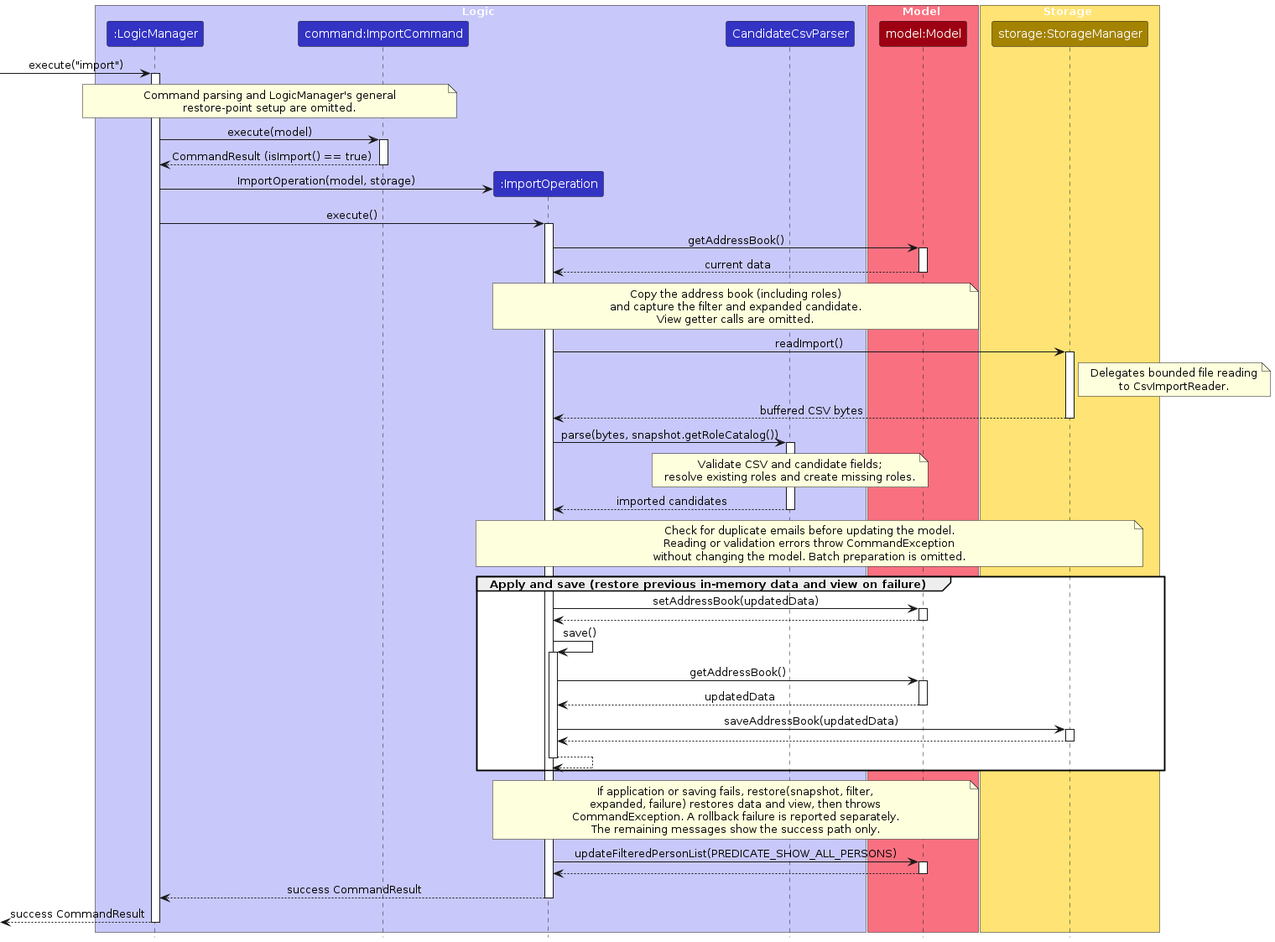
Above: diagrams/ImportSequenceDiagram.png in AY2627S1-CS2103-F10-1/tp (PlantUML), before the change. Its source is kept beside it as diagrams/ImportSequenceDiagram.puml. Its diagram source:
```plantuml
@startuml
!include style.puml
skinparam ArrowFontStyle plain

box Logic LOGIC_COLOR_T1
participant ":LogicManager" as LogicManager LOGIC_COLOR
participant "command:ImportCommand" as ImportCommand LOGIC_COLOR
participant ":ImportOperation" as ImportOperation LOGIC_COLOR
participant "CandidateCsvParser" as CandidateCsvParser LOGIC_COLOR
end box

box Model MODEL_COLOR_T1
participant "model:Model" as Model MODEL_COLOR
end box

box Storage STORAGE_COLOR_T1
participant "storage:StorageManager" as StorageManager STORAGE_COLOR
end box

[-> LogicManager : execute("import")
activate LogicManager
note over LogicManager, ImportCommand
Command parsing and LogicManager's general
restore-point setup are omitted.
end note

LogicManager -> ImportCommand : execute(model)
activate ImportCommand
ImportCommand --> LogicManager : CommandResult (isImport() == true)
deactivate ImportCommand

create ImportOperation
LogicManager -> ImportOperation : ImportOperation(model, storage)
LogicManager -> ImportOperation : execute()
activate ImportOperation

ImportOperation -> Model : getAddressBook()
activate Model
Model --> ImportOperation : current data
deactivate Model
note over ImportOperation, Model
Copy the address book (including roles)
and capture the filter and expanded candidate.
View getter calls are omitted.
end note

ImportOperation -> StorageManager : readImport()
activate StorageManager
note right of StorageManager
Delegates bounded file reading
to CsvImportReader.
end note
StorageManager --> ImportOperation : buffered CSV bytes
deactivate StorageManager

ImportOperation -> CandidateCsvParser : parse(bytes, snapshot.getRoleCatalog())
activate CandidateCsvParser
note over CandidateCsvParser
Validate CSV and candidate fields;
resolve existing roles and create missing roles.
end note
CandidateCsvParser --> ImportOperation : imported candidates
deactivate CandidateCsvParser

note over ImportOperation, StorageManager
Check for duplicate emails before updating the model.
Reading or validation errors throw CommandException
without changing the model. Batch preparation is omitted.
end note

group Apply and save (restore previous in-memory data and view on failure)
ImportOperation -> Model : setAddressBook(updatedData)
activate Model
Model --> ImportOperation
deactivate Model
ImportOperation -> ImportOperation : save()
activate ImportOperation
ImportOperation -> Model : getAddressBook()
activate Model
Model --> ImportOperation : updatedData
deactivate Model
ImportOperation -> StorageManager : saveAddressBook(updatedData)
activate StorageManager
StorageManager --> ImportOperation
deactivate StorageManager
ImportOperation --> ImportOperation
deactivate ImportOperation
end

note over ImportOperation, Model
If application or saving fails, restore(snapshot, filter,
expanded, failure) restores data and view, then throws
CommandException. A rollback failure is reported separately.
The remaining messages show the success path only.
end note

ImportOperation -> Model : updateFilteredPersonList(PREDICATE_SHOW_ALL_PERSONS)
activate Model
Model --> ImportOperation
deactivate Model
ImportOperation --> LogicManager : success CommandResult
deactivate ImportOperation
[<-- LogicManager : success CommandResult
deactivate LogicManager
@enduml
```
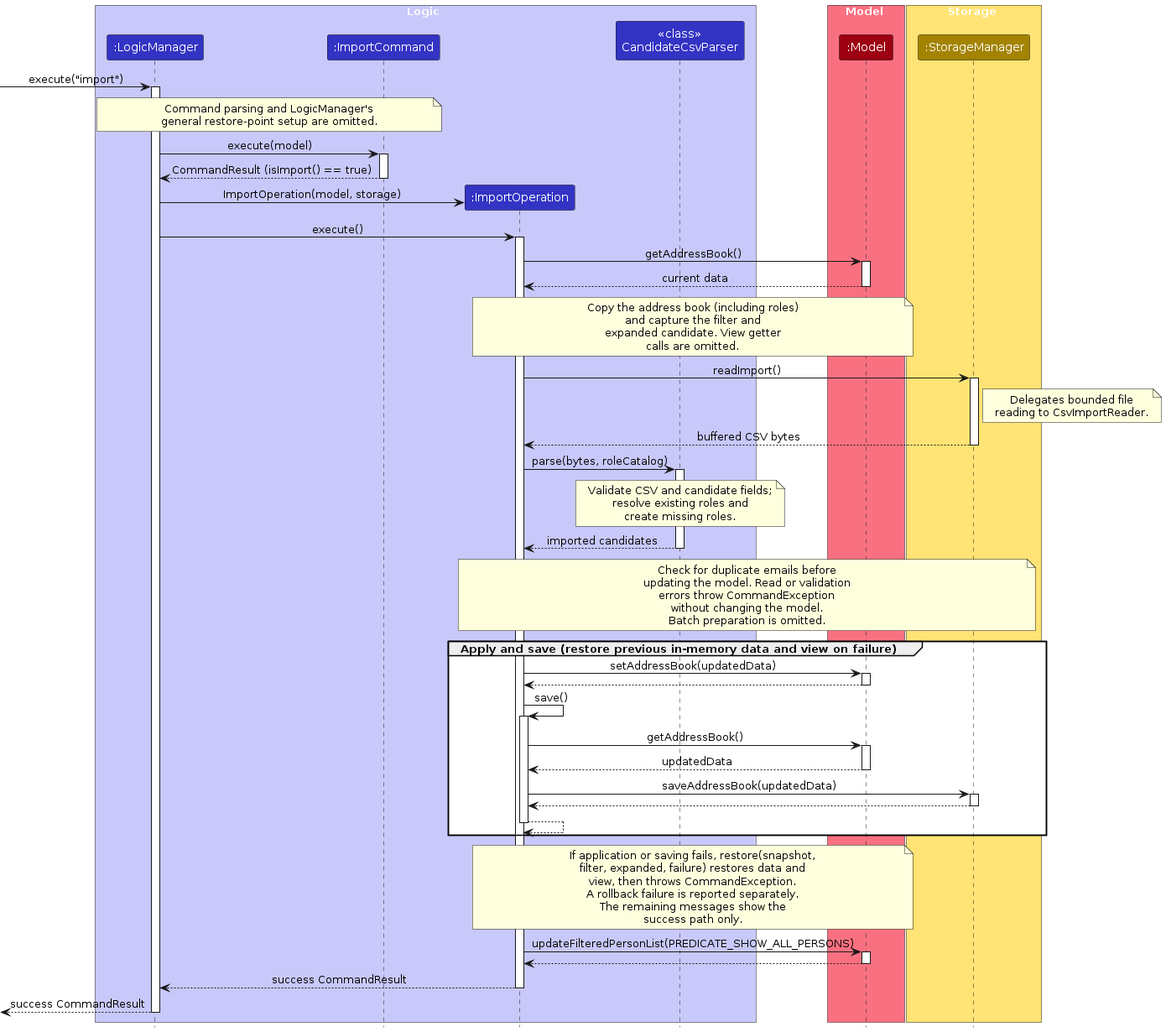
Above is the later version.

The edit, as a diff of the source:
```diff
@@ -4,24 +4,24 @@
 
 box Logic LOGIC_COLOR_T1
 participant ":LogicManager" as LogicManager LOGIC_COLOR
-participant "command:ImportCommand" as ImportCommand LOGIC_COLOR
+participant ":ImportCommand" as ImportCommand LOGIC_COLOR
 participant ":ImportOperation" as ImportOperation LOGIC_COLOR
-participant "CandidateCsvParser" as CandidateCsvParser LOGIC_COLOR
+participant "<<class>>\nCandidateCsvParser" as CandidateCsvParser LOGIC_COLOR
 end box
 
 box Model MODEL_COLOR_T1
-participant "model:Model" as Model MODEL_COLOR
+participant ":Model" as Model MODEL_COLOR
 end box
 
 box Storage STORAGE_COLOR_T1
-participant "storage:StorageManager" as StorageManager STORAGE_COLOR
+participant ":StorageManager" as StorageManager STORAGE_COLOR
 end box
 
 [-> LogicManager : execute("import")
 activate LogicManager
 note over LogicManager, ImportCommand
-Command parsing and LogicManager's general
-restore-point setup are omitted.
+Command parsing and LogicManager's
+general restore-point setup are omitted.
 end note
 
 LogicManager -> ImportCommand : execute(model)
@@ -40,32 +40,36 @@
 deactivate Model
 note over ImportOperation, Model
 Copy the address book (including roles)
-and capture the filter and expanded candidate.
-View getter calls are omitted.
+and capture the filter and
+expanded candidate. View getter
+calls are omitted.
 end note
 
 ImportOperation -> StorageManager : readImport()
 activate StorageManager
 note right of StorageManager
-Delegates bounded file reading
-to CsvImportReader.
+Delegates bounded file
+reading to CsvImportReader.
 end note
 StorageManager --> ImportOperation : buffered CSV bytes
 deactivate StorageManager
 
-ImportOperation -> CandidateCsvParser : parse(bytes, snapshot.getRoleCatalog())
+ImportOperation -> CandidateCsvParser : parse(bytes, roleCatalog)
 activate CandidateCsvParser
 note over CandidateCsvParser
 Validate CSV and candidate fields;
-resolve existing roles and create missing roles.
+resolve existing roles and
+create missing roles.
 end note
 CandidateCsvParser --> ImportOperation : imported candidates
 deactivate CandidateCsvParser
 
 note over ImportOperation, StorageManager
-Check for duplicate emails before updating the model.
-Reading or validation errors throw CommandException
-without changing the model. Batch preparation is omitted.
+Check for duplicate emails before
+updating the model. Read or validation
+errors throw CommandException
+without changing the model.
+Batch preparation is omitted.
 end note
 
 group Apply and save (restore previous in-memory data and view on failure)
@@ -88,10 +92,12 @@
 end
 
 note over ImportOperation, Model
-If application or saving fails, restore(snapshot, filter,
-expanded, failure) restores data and view, then throws
-CommandException. A rollback failure is reported separately.
-The remaining messages show the success path only.
+If application or saving fails, restore(snapshot,
+filter, expanded, failure) restores data and
+view, then throws CommandException.
+A rollback failure is reported separately.
+The remaining messages show the
+success path only.
 end note
 
 ImportOperation -> Model : updateFilteredPersonList(PREDICATE_SHOW_ALL_PERSONS)
```
